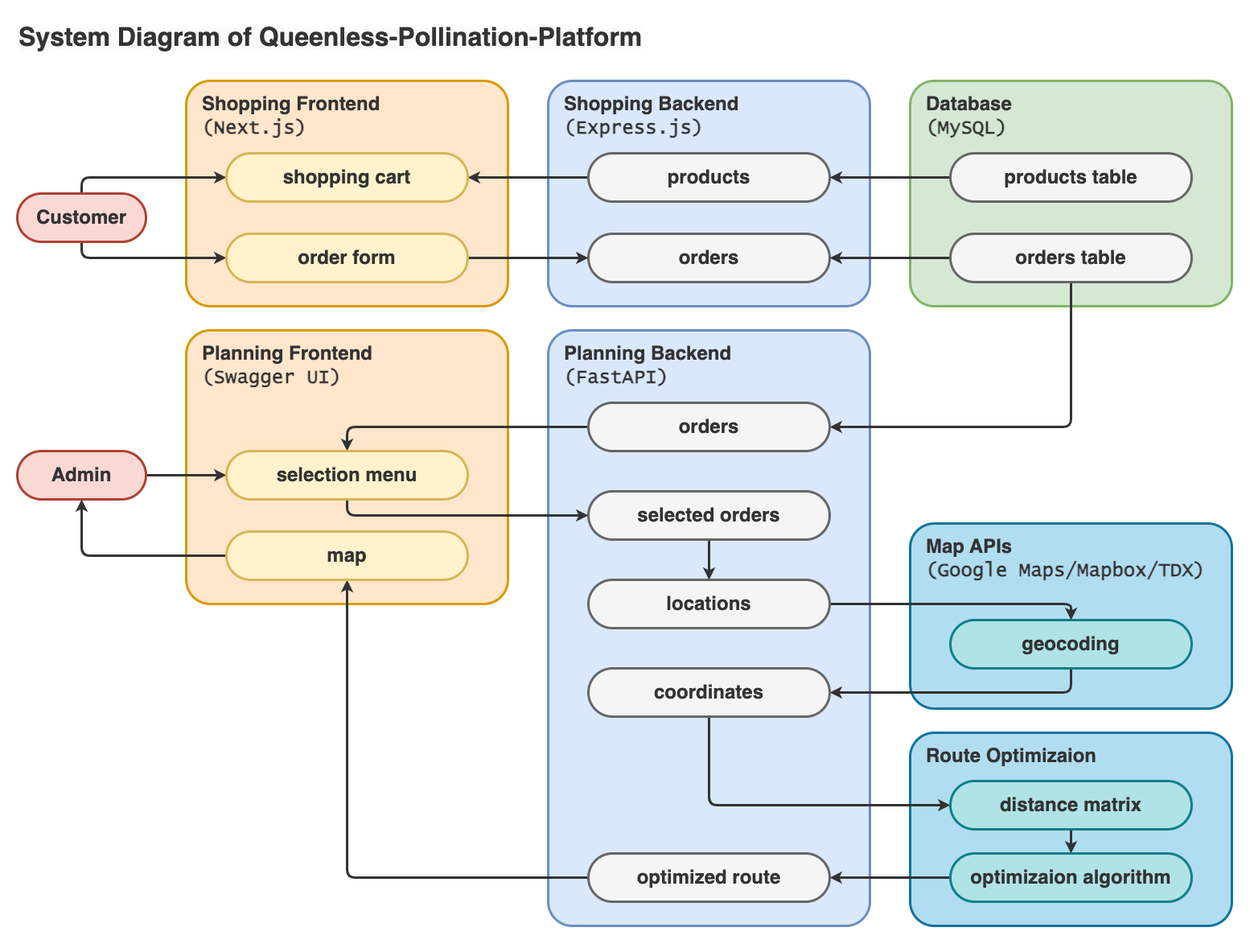
Before: system-diagram.drawio.png, a diagram exported from draw.io (andrewchiull/Queenless-Pollination-Platform). Source tidied: cells renumbered, new cells last; positions are measured from the earlier drawing's top-left corner, leaving out a move shared by most shapes.
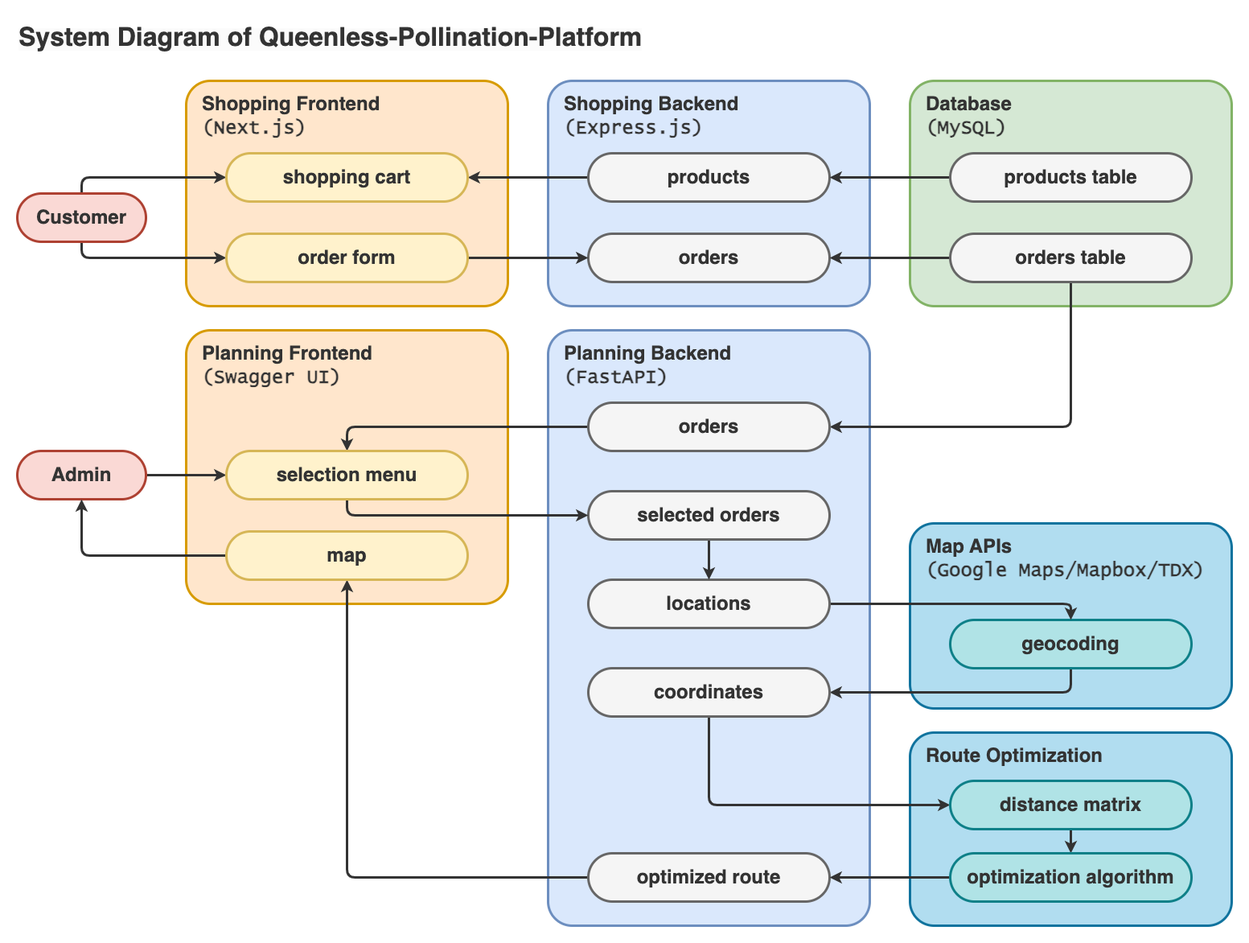
After the change.

Diff of the diagram source:
```diff
@@ -2,7 +2,7 @@
   <root>
     <mxCell id="0" />
     <mxCell id="1" parent="0" />
-    <mxCell id="2" value="&lt;b style=&quot;border-color: var(--border-color); text-align: center;&quot;&gt;Route Optimizaion&lt;/b&gt;" style="rounded=1;whiteSpace=wrap;html=1;fontSize=24;strokeWidth=3;fontStyle=1;align=left;verticalAlign=top;spacing=0;spacingTop=10;spacingLeft=20;fillColor=#b1ddf0;strokeColor=#10739e;arcSize=60;absoluteArcSize=1;fontColor=#333333;" parent="1" vertex="1">
+    <mxCell id="2" value="&lt;b style=&quot;border-color: var(--border-color); text-align: center;&quot;&gt;Route Optimization&lt;/b&gt;" style="rounded=1;whiteSpace=wrap;html=1;fontSize=24;strokeWidth=3;fontStyle=1;align=left;verticalAlign=top;spacing=0;spacingTop=10;spacingLeft=20;fillColor=#b1ddf0;strokeColor=#10739e;arcSize=60;absoluteArcSize=1;fontColor=#333333;" parent="1" vertex="1">
       <mxGeometry x="1110" y="890" width="400" height="240" as="geometry" />
     </mxCell>
     <mxCell id="3" value="Planning Backend&lt;br&gt;&lt;font face=&quot;Lucida Console&quot;&gt;(FastAPI)&lt;/font&gt;" style="rounded=1;whiteSpace=wrap;html=1;fontFamily=Helvetica;fontSize=24;align=left;strokeColor=#6c8ebf;strokeWidth=3;fillColor=#dae8fc;fontStyle=1;spacing=0;verticalAlign=top;spacingTop=10;spacingLeft=20;arcSize=60;absoluteArcSize=1;fontColor=#333333;" parent="1" vertex="1">
@@ -134,7 +134,7 @@
     <mxCell id="43" style="edgeStyle=orthogonalEdgeStyle;html=1;exitX=0;exitY=0.5;exitDx=0;exitDy=0;entryX=1;entryY=0.5;entryDx=0;entryDy=0;strokeWidth=3;fontColor=#333333;strokeColor=#333333;" parent="1" edge="1" source="44" target="41">
       <mxGeometry relative="1" as="geometry" />
     </mxCell>
-    <mxCell id="44" value="&lt;b style=&quot;border-color: var(--border-color);&quot;&gt;optimizaion&amp;nbsp;&lt;/b&gt;&lt;b&gt;algorithm&lt;br&gt;&lt;/b&gt;" style="rounded=1;whiteSpace=wrap;html=1;fontSize=24;strokeWidth=3;align=center;verticalAlign=middle;fontStyle=1;spacing=0;spacingTop=0;spacingLeft=0;arcSize=60;absoluteArcSize=1;fillColor=#b0e3e6;strokeColor=#0e8088;fontColor=#333333;" parent="1" vertex="1">
+    <mxCell id="44" value="&lt;b style=&quot;border-color: var(--border-color);&quot;&gt;optimization&amp;nbsp;&lt;/b&gt;&lt;b&gt;algorithm&lt;br&gt;&lt;/b&gt;" style="rounded=1;whiteSpace=wrap;html=1;fontSize=24;strokeWidth=3;align=center;verticalAlign=middle;fontStyle=1;spacing=0;spacingTop=0;spacingLeft=0;arcSize=60;absoluteArcSize=1;fillColor=#b0e3e6;strokeColor=#0e8088;fontColor=#333333;" parent="1" vertex="1">
       <mxGeometry x="1160" y="1040" width="300" height="60" as="geometry" />
     </mxCell>
     <mxCell id="45" style="edgeStyle=orthogonalEdgeStyle;html=1;exitX=0;exitY=0.5;exitDx=0;exitDy=0;entryX=0.5;entryY=1;entryDx=0;entryDy=0;fontColor=#333333;strokeWidth=3;strokeColor=#333333;" parent="1" edge="1" source="46" target="21">
```
